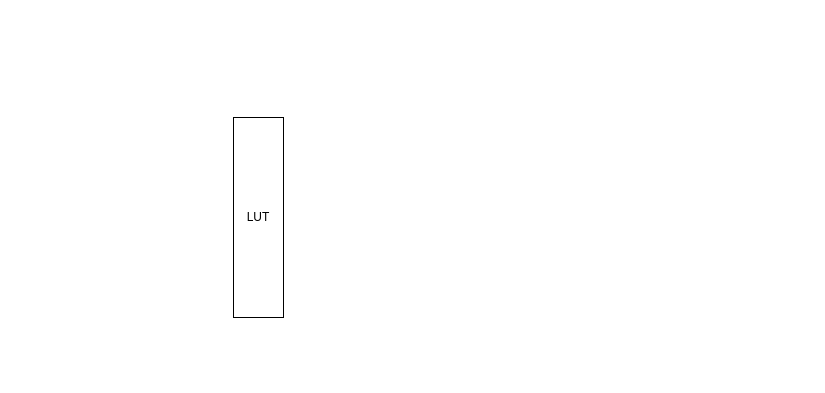
Earlier version of the draw.io diagram Lab4/images/Untitled Diagram.drawio (1102131860/ECE6276). Source tidied: cells renumbered, new cells numbered last; positions are measured from the earlier drawing's top-left corner, leaving out a move shared by most shapes. Both pictures are drawn from the tidied source at 100%, with x=0, y=0 at pixel (233, 117).
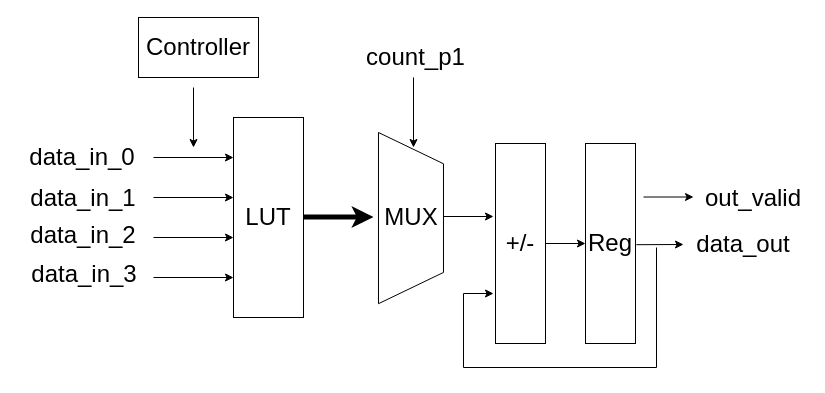
The same diagram, later.

Change to the diagram source:
```diff
@@
-    <mxCell id="2" value="LUT" style="rounded=0;whiteSpace=wrap;html=1;" parent="1" vertex="1">
-      <mxGeometry width="50" height="200" as="geometry" />
+    <mxCell id="2" value="&lt;font style=&quot;font-size: 24px;&quot;&gt;LUT&lt;/font&gt;" style="rounded=0;whiteSpace=wrap;html=1;" parent="1" vertex="1">
+      <mxGeometry width="70" height="200" as="geometry" />
     </mxCell>
+    <mxCell id="3" style="endArrow=classic;html=1;rounded=0;entryX=0;entryY=0.2;entryDx=0;entryDy=0;entryPerimeter=0;" parent="1" edge="1" target="2">
+      <mxGeometry relative="1" as="geometry">
+        <mxPoint x="-80" y="40" as="sourcePoint" />
+      </mxGeometry>
+    </mxCell>
+    <mxCell id="4" style="endArrow=classic;html=1;rounded=0;entryX=0;entryY=0.2;entryDx=0;entryDy=0;entryPerimeter=0;" parent="1" edge="1">
+      <mxGeometry relative="1" as="geometry">
+        <mxPoint x="-80" y="80" as="sourcePoint" />
+        <mxPoint y="80" as="targetPoint" />
+      </mxGeometry>
+    </mxCell>
+    <mxCell id="5" style="endArrow=classic;html=1;rounded=0;entryX=0;entryY=0.2;entryDx=0;entryDy=0;entryPerimeter=0;" parent="1" edge="1">
+      <mxGeometry relative="1" as="geometry">
+        <mxPoint x="-80" y="120" as="sourcePoint" />
+        <mxPoint y="120" as="targetPoint" />
+      </mxGeometry>
+    </mxCell>
+    <mxCell id="6" style="endArrow=classic;html=1;rounded=0;entryX=0;entryY=0.2;entryDx=0;entryDy=0;entryPerimeter=0;" parent="1" edge="1">
+      <mxGeometry relative="1" as="geometry">
+        <mxPoint x="-80" y="160" as="sourcePoint" />
+        <mxPoint y="160" as="targetPoint" />
+      </mxGeometry>
+    </mxCell>
+    <mxCell id="7" value="&lt;font style=&quot;font-size: 24px;&quot;&gt;data_in_0&lt;/font&gt;" style="text;html=1;align=center;verticalAlign=middle;whiteSpace=wrap;rounded=0;" parent="1" vertex="1">
+      <mxGeometry x="-216" y="20" width="130" height="40" as="geometry" />
+    </mxCell>
+    <mxCell id="8" value="&lt;font style=&quot;font-size: 24px;&quot;&gt;data_in_1&lt;/font&gt;" style="text;html=1;align=center;verticalAlign=middle;whiteSpace=wrap;rounded=0;" parent="1" vertex="1">
+      <mxGeometry x="-210" y="66" width="120" height="30" as="geometry" />
+    </mxCell>
+    <mxCell id="9" value="&lt;font style=&quot;font-size: 24px;&quot;&gt;data_in_2&lt;/font&gt;" style="text;html=1;align=center;verticalAlign=middle;whiteSpace=wrap;rounded=0;" parent="1" vertex="1">
+      <mxGeometry x="-205" y="103" width="110" height="30" as="geometry" />
+    </mxCell>
+    <mxCell id="10" value="&lt;font style=&quot;font-size: 24px;&quot;&gt;data_in_3&lt;/font&gt;" style="text;html=1;align=center;verticalAlign=middle;whiteSpace=wrap;rounded=0;" parent="1" vertex="1">
+      <mxGeometry x="-214" y="142" width="130" height="30" as="geometry" />
+    </mxCell>
+    <mxCell id="11" style="endArrow=classic;html=1;rounded=0;" parent="1" edge="1">
+      <mxGeometry relative="1" as="geometry">
+        <mxPoint x="-40" y="-30" as="sourcePoint" />
+        <mxPoint x="-40" y="30" as="targetPoint" />
+      </mxGeometry>
+    </mxCell>
+    <mxCell id="12" value="&lt;font style=&quot;font-size: 24px;&quot;&gt;Controller&lt;/font&gt;" style="rounded=0;whiteSpace=wrap;html=1;" parent="1" vertex="1">
+      <mxGeometry x="-95" y="-100" width="120" height="60" as="geometry" />
+    </mxCell>
+    <mxCell id="13" style="endArrow=classic;html=1;rounded=0;strokeWidth=5;" parent="1" edge="1">
+      <mxGeometry relative="1" as="geometry">
+        <mxPoint x="70" y="99.5" as="sourcePoint" />
+        <mxPoint x="140" y="99.5" as="targetPoint" />
+      </mxGeometry>
+    </mxCell>
+    <mxCell id="14" style="group;" parent="1" vertex="1">
+      <mxGeometry x="145" y="15" width="65" height="171.2" as="geometry" />
+    </mxCell>
+    <mxCell id="15" style="shape=trapezoid;perimeter=trapezoidPerimeter;whiteSpace=wrap;html=1;fixedSize=1;rotation=90;size=31.25;" parent="14" vertex="1">
+      <mxGeometry x="-53.1" y="53.1" width="171.2" height="65" as="geometry" />
+    </mxCell>
+    <mxCell id="16" value="&lt;font style=&quot;font-size: 24px;&quot;&gt;MUX&lt;/font&gt;" style="text;html=1;align=center;verticalAlign=middle;whiteSpace=wrap;rounded=0;" parent="14" vertex="1">
+      <mxGeometry x="2.7" y="70" width="60" height="30" as="geometry" />
+    </mxCell>
+    <mxCell id="17" style="endArrow=classic;html=1;rounded=0;" parent="1" edge="1">
+      <mxGeometry relative="1" as="geometry">
+        <mxPoint x="180" y="-40" as="sourcePoint" />
+        <mxPoint x="180" y="30" as="targetPoint" />
+      </mxGeometry>
+    </mxCell>
+    <mxCell id="18" value="&lt;font style=&quot;font-size: 24px;&quot;&gt;count_p1&lt;/font&gt;" style="text;html=1;align=center;verticalAlign=middle;whiteSpace=wrap;rounded=0;" parent="1" vertex="1">
+      <mxGeometry x="130" y="-80" width="105" height="40" as="geometry" />
+    </mxCell>
+    <mxCell id="19" style="endArrow=classic;html=1;rounded=0;" parent="1" edge="1">
+      <mxGeometry relative="1" as="geometry">
+        <mxPoint x="210" y="99" as="sourcePoint" />
+        <mxPoint x="260" y="99" as="targetPoint" />
+      </mxGeometry>
+    </mxCell>
+    <mxCell id="20" value="&lt;font style=&quot;font-size: 24px;&quot;&gt;+/-&lt;/font&gt;" style="rounded=0;whiteSpace=wrap;html=1;" parent="1" vertex="1">
+      <mxGeometry x="262" y="26" width="50" height="200" as="geometry" />
+    </mxCell>
+    <mxCell id="21" style="endArrow=classic;html=1;rounded=0;exitX=1;exitY=0.5;exitDx=0;exitDy=0;" parent="1" edge="1" source="20">
+      <mxGeometry relative="1" as="geometry">
+        <mxPoint x="352" y="126" as="targetPoint" />
+      </mxGeometry>
+    </mxCell>
+    <mxCell id="22" value="&lt;font style=&quot;font-size: 24px;&quot;&gt;Reg&lt;/font&gt;" style="rounded=0;whiteSpace=wrap;html=1;" parent="1" vertex="1">
+      <mxGeometry x="352" y="26" width="50" height="200" as="geometry" />
+    </mxCell>
+    <mxCell id="23" style="endArrow=classic;html=1;rounded=0;exitX=1.016;exitY=0.536;exitDx=0;exitDy=0;exitPerimeter=0;" parent="1" edge="1">
+      <mxGeometry relative="1" as="geometry">
+        <mxPoint x="402.8" y="127.2" as="sourcePoint" />
+        <mxPoint x="450" y="127" as="targetPoint" />
+      </mxGeometry>
+    </mxCell>
+    <mxCell id="24" value="&lt;font style=&quot;font-size: 24px;&quot;&gt;data_out&lt;/font&gt;" style="text;html=1;align=center;verticalAlign=middle;whiteSpace=wrap;rounded=0;" parent="1" vertex="1">
+      <mxGeometry x="455" y="112" width="110" height="30" as="geometry" />
+    </mxCell>
+    <mxCell id="25" style="endArrow=classic;html=1;rounded=0;" parent="1" edge="1">
+      <mxGeometry relative="1" as="geometry">
+        <mxPoint x="410" y="79.5" as="sourcePoint" />
+        <mxPoint x="460" y="79.5" as="targetPoint" />
+      </mxGeometry>
+    </mxCell>
+    <mxCell id="26" value="&lt;font style=&quot;font-size: 24px;&quot;&gt;out_valid&lt;/font&gt;" style="text;html=1;align=center;verticalAlign=middle;whiteSpace=wrap;rounded=0;" parent="1" vertex="1">
+      <mxGeometry x="465" y="66" width="110" height="30" as="geometry" />
+    </mxCell>
+    <mxCell id="27" style="endArrow=classic;html=1;rounded=0;edgeStyle=orthogonalEdgeStyle;" parent="1" edge="1">
+      <mxGeometry relative="1" as="geometry">
+        <mxPoint x="423" y="130" as="sourcePoint" />
+        <mxPoint x="260" y="176" as="targetPoint" />
+        <Array as="points">
+          <mxPoint x="423" y="250" />
+          <mxPoint x="230" y="250" />
+          <mxPoint x="230" y="176" />
+        </Array>
+      </mxGeometry>
+    </mxCell>
```
